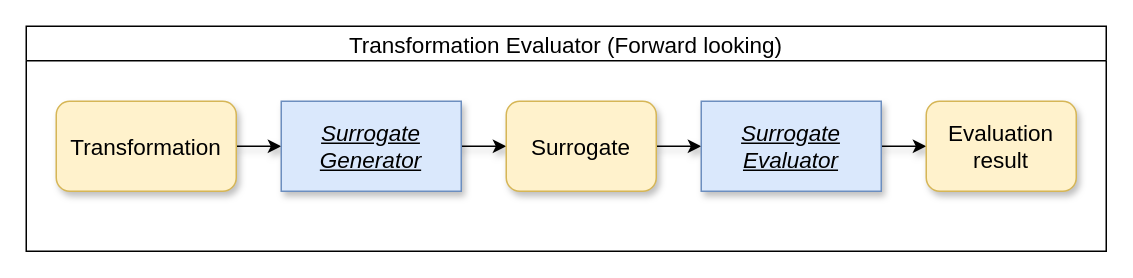
Above: graphics/TransformationEval.drawio in crschnick/Master-Thesis (draw.io), before the change. Source tidied: cells renumbered, new cells numbered last; positions are measured from the earlier drawing's top-left corner, leaving out a move shared by most shapes. Both pictures are drawn from the tidied source at 150%, with x=0, y=0 at pixel (26, 26).
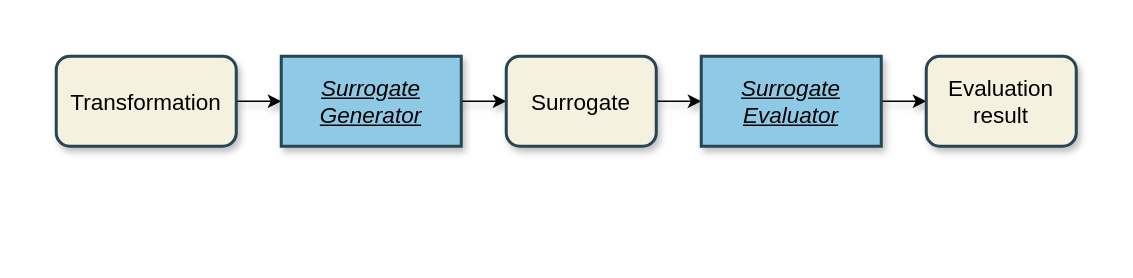
Above is the later version.

The edit, as a diff of the source:
```diff
@@
 <mxGraphModel>
   <root>
     <mxCell id="0" />
     <mxCell id="1" parent="0" />
-    <mxCell id="2" value="Transformation Evaluator (Forward looking)" style="swimlane;sketch=0;startSize=23;fontSize=15;fontStyle=0;" parent="1" vertex="1">
-      <mxGeometry width="720" height="150" as="geometry" />
+    <mxCell id="2" style="swimlane;sketch=0;startSize=23;fontSize=15;fontStyle=0;strokeColor=none;fillColor=none;" parent="1" vertex="1">
+      <mxGeometry width="720" height="100" as="geometry" />
     </mxCell>
     <mxCell id="3" style="edgeStyle=orthogonalEdgeStyle;rounded=0;jettySize=auto;html=1;entryX=0;entryY=0.5;entryDx=0;entryDy=0;shadow=1;" parent="2" edge="1" target="7">
       <mxGeometry relative="1" as="geometry">
-        <mxPoint x="285" y="80" as="sourcePoint" />
+        <mxPoint x="285" y="50" as="sourcePoint" />
       </mxGeometry>
     </mxCell>
     <mxCell id="4" style="edgeStyle=orthogonalEdgeStyle;rounded=0;jettySize=auto;html=1;entryX=0;entryY=0.5;entryDx=0;entryDy=0;fontSize=15;shadow=1;" parent="2" edge="1" source="5" target="10">
       <mxGeometry relative="1" as="geometry" />
     </mxCell>
-    <mxCell id="5" value="&lt;font style=&quot;font-size: 15px;&quot;&gt;Transformation&lt;/font&gt;" style="rounded=1;whiteSpace=wrap;html=1;sketch=0;fontSize=15;fillColor=#fff2cc;strokeColor=#d6b656;shadow=1;" parent="2" vertex="1">
-      <mxGeometry x="20" y="50" width="120" height="60" as="geometry" />
+    <mxCell id="5" value="&lt;font style=&quot;font-size: 15px;&quot;&gt;Transformation&lt;/font&gt;" style="rounded=1;whiteSpace=wrap;html=1;sketch=0;fillColor=#F4F1DE;fontSize=15;shadow=1;strokeColor=#264653;strokeWidth=2;" parent="2" vertex="1">
+      <mxGeometry x="20" y="20" width="120" height="60" as="geometry" />
     </mxCell>
     <mxCell id="6" style="edgeStyle=orthogonalEdgeStyle;rounded=0;jettySize=auto;html=1;entryX=0;entryY=0.5;entryDx=0;entryDy=0;fontSize=15;shadow=1;" parent="2" edge="1" source="7" target="11">
       <mxGeometry relative="1" as="geometry" />
     </mxCell>
-    <mxCell id="7" value="&lt;font style=&quot;font-size: 15px;&quot;&gt;Surrogate&lt;/font&gt;" style="rounded=1;whiteSpace=wrap;html=1;sketch=0;fontSize=15;fillColor=#fff2cc;strokeColor=#d6b656;shadow=1;" parent="2" vertex="1">
-      <mxGeometry x="320" y="50" width="100" height="60" as="geometry" />
+    <mxCell id="7" value="&lt;font style=&quot;font-size: 15px;&quot;&gt;Surrogate&lt;/font&gt;" style="rounded=1;whiteSpace=wrap;html=1;sketch=0;fillColor=#F4F1DE;fontSize=15;shadow=1;strokeColor=#264653;strokeWidth=2;" parent="2" vertex="1">
+      <mxGeometry x="320" y="20" width="100" height="60" as="geometry" />
     </mxCell>
     <mxCell id="8" style="edgeStyle=orthogonalEdgeStyle;rounded=0;jettySize=auto;html=1;entryX=0;entryY=0.5;entryDx=0;entryDy=0;shadow=1;" parent="2" edge="1" target="9">
       <mxGeometry relative="1" as="geometry">
-        <mxPoint x="570" y="80" as="sourcePoint" />
+        <mxPoint x="570" y="50" as="sourcePoint" />
       </mxGeometry>
     </mxCell>
-    <mxCell id="9" value="&lt;font style=&quot;font-size: 15px&quot;&gt;Evaluation result&lt;/font&gt;" style="rounded=1;whiteSpace=wrap;html=1;sketch=0;fontSize=15;fillColor=#fff2cc;strokeColor=#d6b656;shadow=1;" parent="2" vertex="1">
-      <mxGeometry x="600" y="50" width="100" height="60" as="geometry" />
+    <mxCell id="9" value="&lt;font style=&quot;font-size: 15px&quot;&gt;Evaluation result&lt;/font&gt;" style="rounded=1;whiteSpace=wrap;html=1;sketch=0;fillColor=#F4F1DE;fontSize=15;shadow=1;strokeColor=#264653;strokeWidth=2;" parent="2" vertex="1">
+      <mxGeometry x="600" y="20" width="100" height="60" as="geometry" />
     </mxCell>
-    <mxCell id="10" value="&lt;u style=&quot;font-size: 15px&quot;&gt;&lt;i style=&quot;font-size: 15px&quot;&gt;Surrogate Generator&lt;/i&gt;&lt;/u&gt;" style="rounded=0;whiteSpace=wrap;html=1;sketch=0;fillColor=#dae8fc;strokeColor=#6c8ebf;fontSize=15;shadow=1;" parent="2" vertex="1">
-      <mxGeometry x="170" y="50" width="120" height="60" as="geometry" />
+    <mxCell id="10" value="&lt;u style=&quot;font-size: 15px&quot;&gt;&lt;i style=&quot;font-size: 15px&quot;&gt;Surrogate Generator&lt;/i&gt;&lt;/u&gt;" style="rounded=0;whiteSpace=wrap;html=1;sketch=0;fontSize=15;shadow=1;strokeColor=#264653;strokeWidth=2;fillColor=#8ECAE6;" parent="2" vertex="1">
+      <mxGeometry x="170" y="20" width="120" height="60" as="geometry" />
     </mxCell>
-    <mxCell id="11" value="&lt;u style=&quot;font-size: 15px&quot;&gt;&lt;i style=&quot;font-size: 15px&quot;&gt;Surrogate Evaluator&lt;/i&gt;&lt;/u&gt;" style="rounded=0;whiteSpace=wrap;html=1;sketch=0;fillColor=#dae8fc;strokeColor=#6c8ebf;fontSize=15;shadow=1;" parent="2" vertex="1">
-      <mxGeometry x="450" y="50" width="120" height="60" as="geometry" />
+    <mxCell id="11" value="&lt;u style=&quot;font-size: 15px&quot;&gt;&lt;i style=&quot;font-size: 15px&quot;&gt;Surrogate Evaluator&lt;/i&gt;&lt;/u&gt;" style="rounded=0;whiteSpace=wrap;html=1;sketch=0;fontSize=15;shadow=1;strokeColor=#264653;strokeWidth=2;fillColor=#8ECAE6;" parent="2" vertex="1">
+      <mxGeometry x="450" y="20" width="120" height="60" as="geometry" />
     </mxCell>
   </root>
 </mxGraphModel>
```
